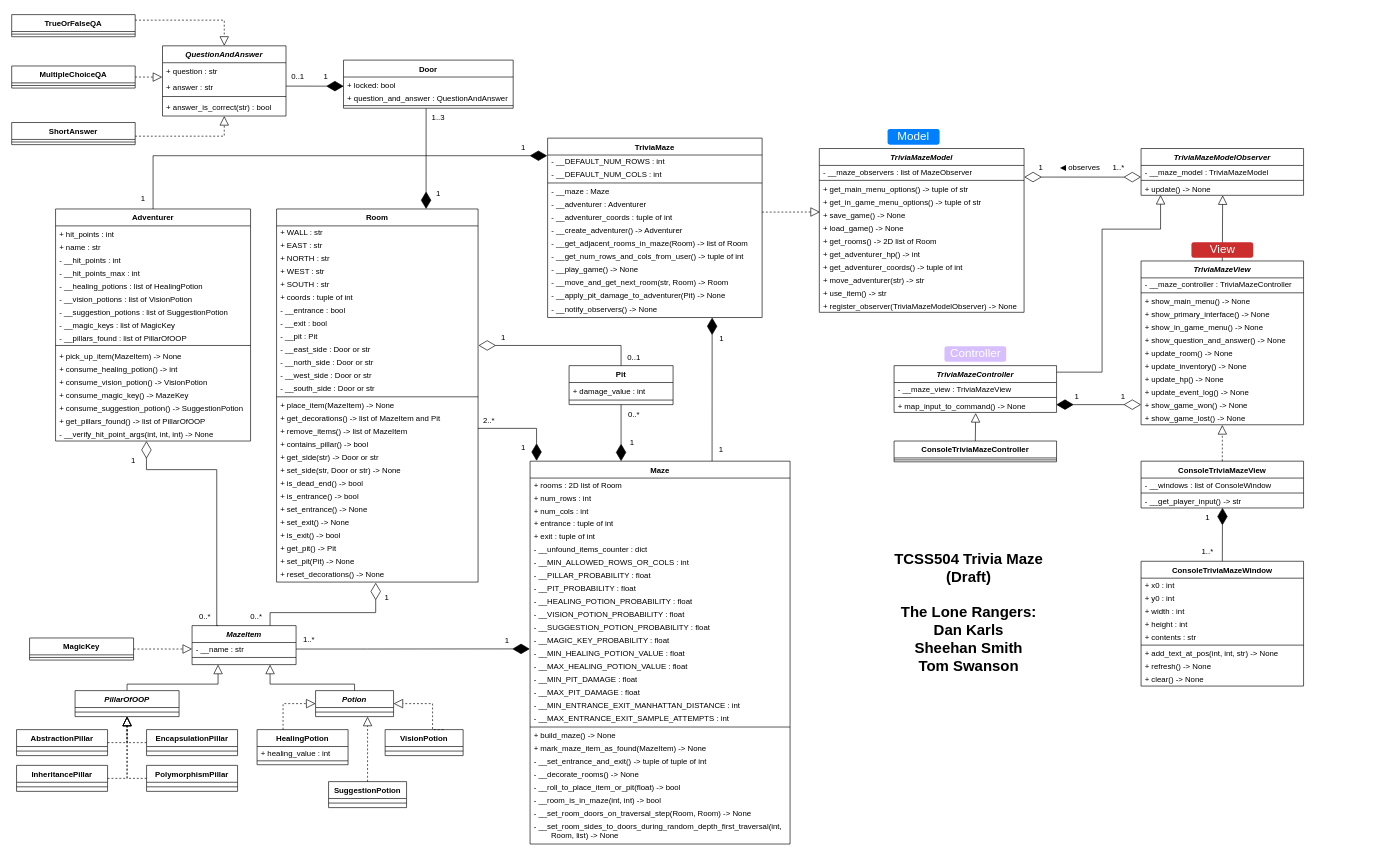
The draw.io diagram doc/UML.drawio in dskarls/TCSS504-Trivia-Maze, before the edit. Source tidied: cells renumbered, new cells numbered last; positions are measured from the earlier drawing's top-left corner, leaving out a move shared by most shapes. Both pictures are drawn from the tidied source at 65%, with x=0, y=0 at pixel (11, 14).
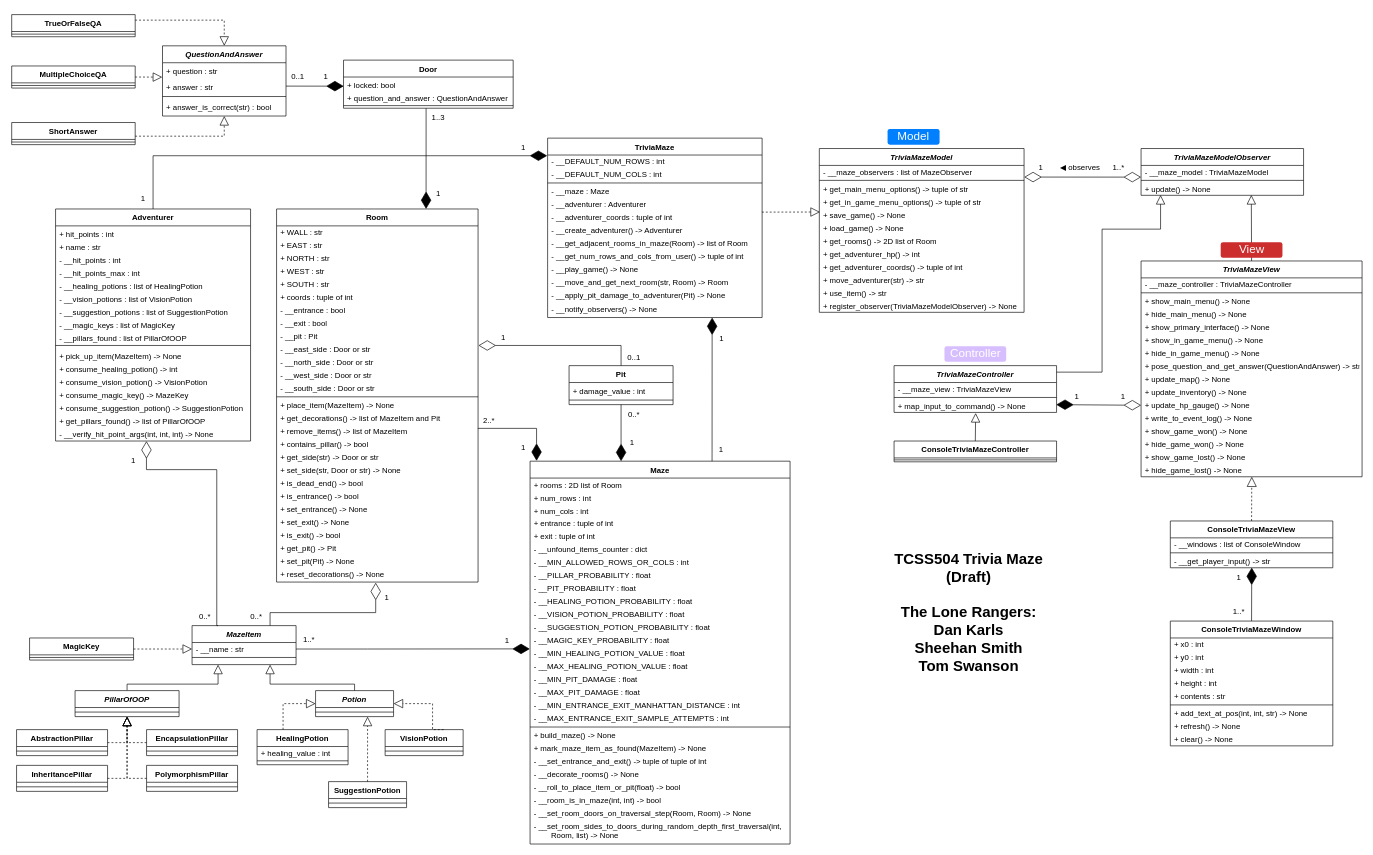
After the change.

Commit message:
DOC: Update abstract view class in UML

- Added hide methods for appropriate show methods
- Renamed question and answer method and changed interface; this will
  now take a QuestionAndAnswer object as a parameter and return a str

Unchanged cells that the change refers to:
```xml
<mxCell id="213" value="+ map_input_to_command() -&gt; None" style="text;strokeColor=none;fillColor=none;align=left;verticalAlign=middle;spacingLeft=4;spacingRight=4;overflow=hidden;points=[[0,0.5],[1,0.5]];portConstraint=eastwest;" parent="210" vertex="1">
  <mxGeometry y="52" width="250" height="20" as="geometry" />
</mxCell>
<mxCell id="237" value="+ update() -&gt; None" style="text;strokeColor=none;fillColor=none;align=left;verticalAlign=middle;spacingLeft=4;spacingRight=4;overflow=hidden;points=[[0,0.5],[1,0.5]];portConstraint=eastwest;" parent="234" vertex="1">
  <mxGeometry y="52" width="250" height="20" as="geometry" />
</mxCell>
```

Diff of the diagram source:
```diff
@@
     <mxCell id="191" value="TriviaMazeView" style="swimlane;fontStyle=3;align=center;verticalAlign=top;horizontal=1;startSize=26;fontFamily=Helvetica;fontSize=12;" parent="1" vertex="1">
-      <mxGeometry x="1738" y="379" width="250" height="252" as="geometry" />
+      <mxGeometry x="1738" y="379" width="340" height="332" as="geometry" />
     </mxCell>
     <mxCell id="192" value="- __maze_controller : TriviaMazeController" style="text;strokeColor=none;fillColor=none;align=left;verticalAlign=middle;spacingLeft=4;spacingRight=4;overflow=hidden;" parent="191" vertex="1">
-      <mxGeometry y="26" width="250" height="20" as="geometry" />
+      <mxGeometry y="26" width="340" height="20" as="geometry" />
     </mxCell>
     <mxCell id="193" style="line;strokeWidth=1;fillColor=none;align=left;verticalAlign=middle;spacingTop=2;spacingLeft=3;spacingRight=3;labelPosition=right;strokeColor=inherit;fontFamily=Courier New;fontSize=12;" parent="191" vertex="1">
-      <mxGeometry y="46" width="250" height="6" as="geometry" />
+      <mxGeometry y="46" width="340" height="6" as="geometry" />
     </mxCell>
     <mxCell id="194" value="+ show_main_menu() -&gt; None" style="text;strokeColor=none;fillColor=none;align=left;verticalAlign=middle;spacingLeft=4;spacingRight=4;overflow=hidden;" parent="191" vertex="1">
-      <mxGeometry y="52" width="250" height="20" as="geometry" />
+      <mxGeometry y="52" width="340" height="20" as="geometry" />
     </mxCell>
+    <mxCell id="246" value="+ hide_main_menu() -&gt; None" style="text;strokeColor=none;fillColor=none;align=left;verticalAlign=middle;spacingLeft=4;spacingRight=4;overflow=hidden;" parent="191" vertex="1">
+      <mxGeometry y="72" width="340" height="20" as="geometry" />
+    </mxCell>
     <mxCell id="195" value="+ show_primary_interface() -&gt; None" style="text;strokeColor=none;fillColor=none;align=left;verticalAlign=middle;spacingLeft=4;spacingRight=4;overflow=hidden;" parent="191" vertex="1">
-      <mxGeometry y="72" width="250" height="20" as="geometry" />
+      <mxGeometry y="92" width="340" height="20" as="geometry" />
     </mxCell>
     <mxCell id="196" value="+ show_in_game_menu() -&gt; None" style="text;strokeColor=none;fillColor=none;align=left;verticalAlign=middle;spacingLeft=4;spacingRight=4;overflow=hidden;" parent="191" vertex="1">
-      <mxGeometry y="92" width="250" height="20" as="geometry" />
+      <mxGeometry y="112" width="340" height="20" as="geometry" />
     </mxCell>
+    <mxCell id="247" value="+ hide_in_game_menu() -&gt; None" style="text;strokeColor=none;fillColor=none;align=left;verticalAlign=middle;spacingLeft=4;spacingRight=4;overflow=hidden;" parent="191" vertex="1">
+      <mxGeometry y="132" width="340" height="20" as="geometry" />
+    </mxCell>
-    <mxCell id="197" value="+ show_question_and_answer() -&gt; None" style="text;strokeColor=none;fillColor=none;align=left;verticalAlign=middle;spacingLeft=4;spacingRight=4;overflow=hidden;" parent="191" vertex="1">
-      <mxGeometry y="112" width="250" height="20" as="geometry" />
+    <mxCell id="197" value="+ pose_question_and_get_answer(QuestionAndAnswer) -&gt; str" style="text;strokeColor=none;fillColor=none;align=left;verticalAlign=middle;spacingLeft=4;spacingRight=4;overflow=hidden;" parent="191" vertex="1">
+      <mxGeometry y="152" width="340" height="20" as="geometry" />
     </mxCell>
-    <mxCell id="198" value="+ update_room() -&gt; None" style="text;strokeColor=none;fillColor=none;align=left;verticalAlign=middle;spacingLeft=4;spacingRight=4;overflow=hidden;" parent="191" vertex="1">
-      <mxGeometry y="132" width="250" height="20" as="geometry" />
+    <mxCell id="198" value="+ update_map() -&gt; None" style="text;strokeColor=none;fillColor=none;align=left;verticalAlign=middle;spacingLeft=4;spacingRight=4;overflow=hidden;" parent="191" vertex="1">
+      <mxGeometry y="172" width="340" height="20" as="geometry" />
     </mxCell>
     <mxCell id="199" value="+ update_inventory() -&gt; None" style="text;strokeColor=none;fillColor=none;align=left;verticalAlign=middle;spacingLeft=4;spacingRight=4;overflow=hidden;" parent="191" vertex="1">
-      <mxGeometry y="152" width="250" height="20" as="geometry" />
+      <mxGeometry y="192" width="340" height="20" as="geometry" />
     </mxCell>
-    <mxCell id="200" value="+ update_hp() -&gt; None" style="text;strokeColor=none;fillColor=none;align=left;verticalAlign=middle;spacingLeft=4;spacingRight=4;overflow=hidden;points=[[0,0.5],[1,0.5]];portConstraint=eastwest;" parent="191" vertex="1">
-      <mxGeometry y="172" width="250" height="20" as="geometry" />
+    <mxCell id="200" value="+ update_hp_gauge() -&gt; None" style="text;strokeColor=none;fillColor=none;align=left;verticalAlign=middle;spacingLeft=4;spacingRight=4;overflow=hidden;points=[[0,0.5],[1,0.5]];portConstraint=eastwest;" parent="191" vertex="1">
+      <mxGeometry y="212" width="340" height="20" as="geometry" />
     </mxCell>
-    <mxCell id="201" value="+ update_event_log() -&gt; None" style="text;strokeColor=none;fillColor=none;align=left;verticalAlign=middle;spacingLeft=4;spacingRight=4;overflow=hidden;" parent="191" vertex="1">
-      <mxGeometry y="192" width="250" height="20" as="geometry" />
+    <mxCell id="201" value="+ write_to_event_log() -&gt; None" style="text;strokeColor=none;fillColor=none;align=left;verticalAlign=middle;spacingLeft=4;spacingRight=4;overflow=hidden;" parent="191" vertex="1">
+      <mxGeometry y="232" width="340" height="20" as="geometry" />
     </mxCell>
     <mxCell id="202" value="+ show_game_won() -&gt; None" style="text;strokeColor=none;fillColor=none;align=left;verticalAlign=middle;spacingLeft=4;spacingRight=4;overflow=hidden;points=[[0,0.5],[1,0.5]];portConstraint=eastwest;" parent="191" vertex="1">
-      <mxGeometry y="212" width="250" height="20" as="geometry" />
+      <mxGeometry y="252" width="340" height="20" as="geometry" />
     </mxCell>
+    <mxCell id="248" value="+ hide_game_won() -&gt; None" style="text;strokeColor=none;fillColor=none;align=left;verticalAlign=middle;spacingLeft=4;spacingRight=4;overflow=hidden;" parent="191" vertex="1">
+      <mxGeometry y="272" width="340" height="20" as="geometry" />
+    </mxCell>
     <mxCell id="203" value="+ show_game_lost() -&gt; None" style="text;strokeColor=none;fillColor=none;align=left;verticalAlign=middle;spacingLeft=4;spacingRight=4;overflow=hidden;points=[[0,0.5],[1,0.5]];portConstraint=eastwest;" parent="191" vertex="1">
-      <mxGeometry y="232" width="250" height="20" as="geometry" />
+      <mxGeometry y="292" width="340" height="20" as="geometry" />
     </mxCell>
+    <mxCell id="249" value="+ hide_game_lost() -&gt; None" style="text;strokeColor=none;fillColor=none;align=left;verticalAlign=middle;spacingLeft=4;spacingRight=4;overflow=hidden;points=[[0,0.5],[1,0.5]];portConstraint=eastwest;" parent="191" vertex="1">
+      <mxGeometry y="312" width="340" height="20" as="geometry" />
+    </mxCell>
     <mxCell id="204" value="ConsoleTriviaMazeView" style="swimlane;fontStyle=1;align=center;verticalAlign=top;horizontal=1;startSize=26;fontFamily=Helvetica;fontSize=12;" parent="1" vertex="1">
-      <mxGeometry x="1738" y="687" width="250" height="72" as="geometry" />
+      <mxGeometry x="1783" y="779" width="250" height="72" as="geometry" />
     </mxCell>
@@
-    <mxCell id="208" style="endArrow=diamondThin;endFill=0;endSize=24;html=1;rounded=0;fontFamily=Courier New;fontSize=12;targetPerimeterSpacing=0;entryX=0;entryY=0.45;entryDx=0;entryDy=0;startArrow=diamondThin;startFill=1;startSize=24;entryPerimeter=0;exitX=0.998;exitY=0.401;exitDx=0;exitDy=0;exitPerimeter=0;" parent="1" edge="1" source="213" target="202">
+    <mxCell id="208" style="endArrow=diamondThin;endFill=0;endSize=24;html=1;rounded=0;fontFamily=Courier New;fontSize=12;targetPerimeterSpacing=0;entryX=0;entryY=0.5;entryDx=0;entryDy=0;startArrow=diamondThin;startFill=1;startSize=24;exitX=0.998;exitY=0.401;exitDx=0;exitDy=0;exitPerimeter=0;" parent="1" edge="1" source="213" target="200">
       <mxGeometry relative="1" as="geometry" />
     </mxCell>
@@
     <mxCell id="216" value="ConsoleTriviaMazeWindow" style="swimlane;fontStyle=1;align=center;verticalAlign=top;horizontal=1;startSize=26;fontFamily=Helvetica;fontSize=12;" parent="1" vertex="1">
-      <mxGeometry x="1738" y="841" width="250" height="192" as="geometry" />
+      <mxGeometry x="1783" y="933" width="250" height="192" as="geometry" />
     </mxCell>
@@
     <mxCell id="230" value="1" style="text;html=1;strokeColor=none;fillColor=none;align=center;verticalAlign=middle;whiteSpace=wrap;rounded=0;fontStyle=0;" parent="1" vertex="1">
-      <mxGeometry x="1828" y="759" width="25" height="30" as="geometry" />
+      <mxGeometry x="1876" y="851" width="25" height="30" as="geometry" />
     </mxCell>
     <mxCell id="231" value="1..*" style="text;html=1;strokeColor=none;fillColor=none;align=center;verticalAlign=middle;whiteSpace=wrap;rounded=0;fontStyle=0;" parent="1" vertex="1">
-      <mxGeometry x="1828" y="811" width="25" height="30" as="geometry" />
+      <mxGeometry x="1876" y="903" width="25" height="30" as="geometry" />
     </mxCell>
@@
-    <mxCell id="233" style="endArrow=block;dashed=1;endFill=0;endSize=12;html=1;rounded=0;targetPerimeterSpacing=0;exitX=0.5;exitY=0;exitDx=0;exitDy=0;entryX=0.5;entryY=1.019;entryDx=0;entryDy=0;entryPerimeter=0;" parent="1" edge="1" source="204" target="203">
+    <mxCell id="233" style="endArrow=block;dashed=1;endFill=0;html=1;rounded=0;targetPerimeterSpacing=0;exitX=0.5;exitY=0;exitDx=0;exitDy=0;entryX=0.501;entryY=0.995;entryDx=0;entryDy=0;entryPerimeter=0;endSize=13;" parent="1" edge="1" source="204" target="249">
       <mxGeometry relative="1" as="geometry" />
     </mxCell>
@@
-    <mxCell id="238" style="endArrow=block;endSize=12;endFill=0;html=1;rounded=0;exitX=0.5;exitY=0;exitDx=0;exitDy=0;entryX=0.502;entryY=0.996;entryDx=0;entryDy=0;entryPerimeter=0;" parent="1" edge="1" source="191" target="237">
-      <mxGeometry relative="1" as="geometry" />
+    <mxCell id="238" style="endArrow=block;endSize=12;endFill=0;html=1;rounded=0;exitX=0.5;exitY=0;exitDx=0;exitDy=0;entryX=0.502;entryY=0.996;entryDx=0;entryDy=0;entryPerimeter=0;" parent="1" edge="1" source="191">
+      <mxGeometry relative="1" as="geometry">
+        <mxPoint x="1907.6" y="277.5" as="targetPoint" />
+      </mxGeometry>
     </mxCell>
     <mxCell id="239" value="View" style="text;html=1;strokeColor=none;fillColor=#CC2D2D;align=center;verticalAlign=middle;whiteSpace=wrap;rounded=1;fontSize=18;fontFamily=Helvetica;fontColor=#FFFFFF;" parent="1" vertex="1">
-      <mxGeometry x="1815.5" y="350" width="95" height="24" as="geometry" />
+      <mxGeometry x="1860.5" y="350" width="95" height="24" as="geometry" />
     </mxCell>
```
